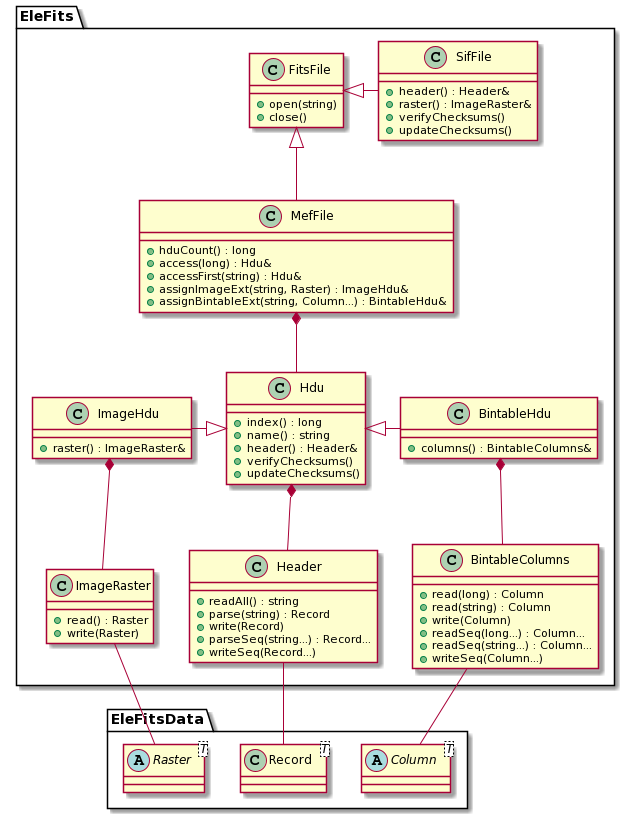
The PlantUML diagram doc/diagrams/out/FitsFile.png in CNES/EleFits, before a commit.
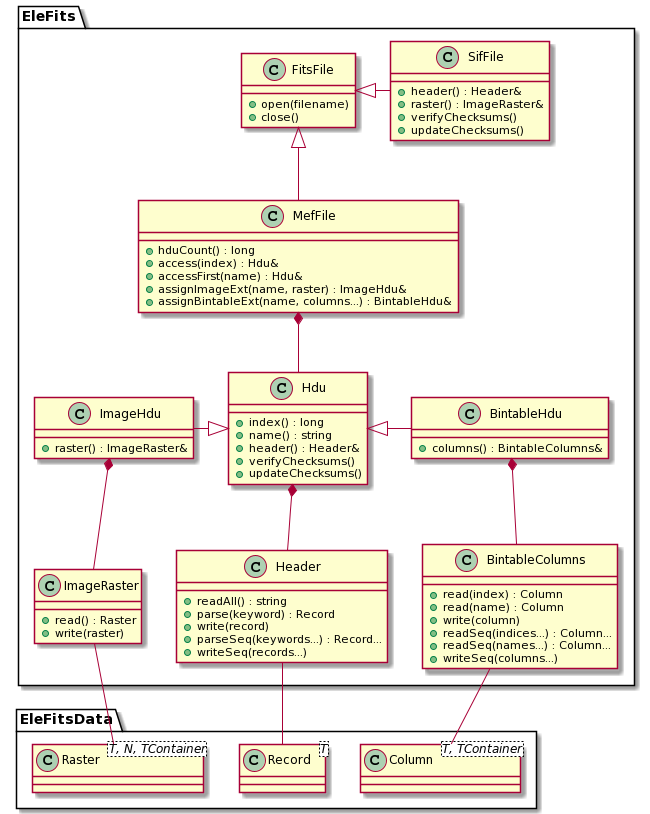
Later version of the same file.

Commit message:
Update class diagrams

What changed in the source:
```diff
@@ -4,10 +4,10 @@
 class Record<T> {
 }
 
-abstract class Raster<T> {
+class Raster<T, N, TContainer> {
 }
 
-abstract class Column<T> {
+class Column<T, TContainer> {
 }
 
 }
@@ -15,7 +15,7 @@
 package EleFits {
 
 class FitsFile {
-+ open(string)
++ open(filename)
 + close()
 }
 
@@ -28,10 +28,10 @@
 
 class MefFile {
 + hduCount() : long
-+ access(long) : Hdu&
-+ accessFirst(string) : Hdu&
-+ assignImageExt(string, Raster) : ImageHdu&
-+ assignBintableExt(string, Column...) : BintableHdu&
++ access(index) : Hdu&
++ accessFirst(name) : Hdu&
++ assignImageExt(name, raster) : ImageHdu&
++ assignBintableExt(name, columns...) : BintableHdu&
 }
 
 class Hdu {
@@ -52,24 +52,24 @@
 
 class Header {
 + readAll() : string
-+ parse(string) : Record
-+ write(Record)
-+ parseSeq(string...) : Record...
-+ writeSeq(Record...)
++ parse(keyword) : Record
++ write(record)
++ parseSeq(keywords...) : Record...
++ writeSeq(records...)
 }
 
 class ImageRaster {
 + read() : Raster
-+ write(Raster)
++ write(raster)
 }
 
 class BintableColumns {
-+ read(long) : Column
-+ read(string) : Column
-+ write(Column)
-+ readSeq(long...) : Column...
-+ readSeq(string...) : Column...
-+ writeSeq(Column...)
++ read(index) : Column
++ read(name) : Column
++ write(column)
++ readSeq(indices...) : Column...
++ readSeq(names...) : Column...
++ writeSeq(columns...)
 }
 
 }
```
